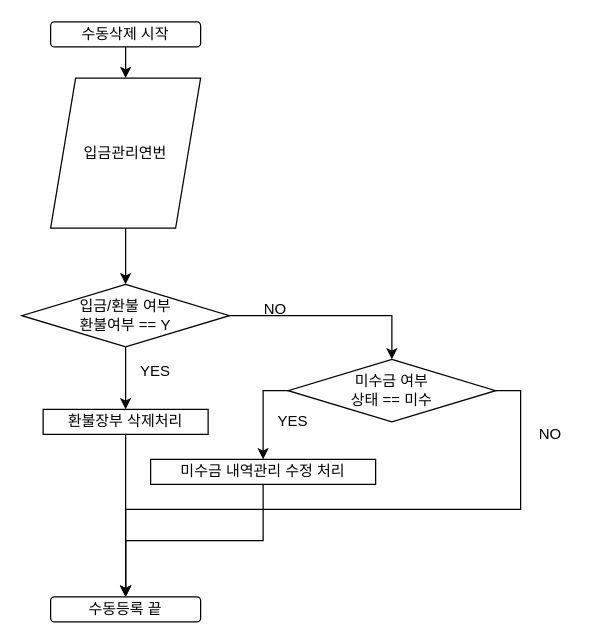
nsnnsn12/TestProject keeps this draw.io diagram as page "입금/환불 수동 삭제" (3 of 5) of 제목 없는 다이어그램.drawio. Above is the earlier version. Source tidied: cells renumbered, new cells numbered last; positions are measured from the earlier drawing's top-left corner, leaving out a move shared by most shapes. Both pictures are drawn from the tidied source at 125%, with x=0, y=0 at pixel (21, 21).
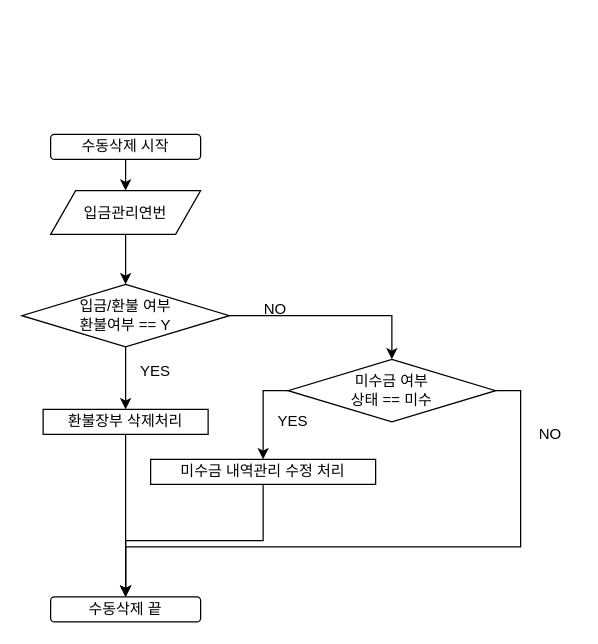
The same diagram, later.

Commit message (it also covers changes not shown here):
제목 없는 다이어그램.drawio 업데이트

The change refers to these unchanged cells:
```xml
<mxCell id="14" value="미수금 여부&lt;br&gt;상태 == 미수" style="rhombus;whiteSpace=wrap;html=1;" parent="1" vertex="1">
  <mxGeometry x="213" y="270" width="166" height="50" as="geometry" />
</mxCell>
```

Diff of the diagram source:
```diff
@@
     <mxCell id="3" value="수동삭제 시작" style="rounded=1;whiteSpace=wrap;html=1;" parent="1" vertex="1">
-      <mxGeometry x="23" width="120" height="20" as="geometry" />
+      <mxGeometry x="23" y="90" width="120" height="20" as="geometry" />
     </mxCell>
-    <mxCell id="4" value="수동등록 끝" style="rounded=1;whiteSpace=wrap;html=1;" parent="1" vertex="1">
+    <mxCell id="4" value="수동삭제 끝" style="rounded=1;whiteSpace=wrap;html=1;" parent="1" vertex="1">
       <mxGeometry x="23" y="460" width="120" height="20" as="geometry" />
     </mxCell>
@@
     <mxCell id="9" value="입금관리연번" style="shape=parallelogram;perimeter=parallelogramPerimeter;whiteSpace=wrap;html=1;fixedSize=1;" parent="1" vertex="1">
-      <mxGeometry x="23" y="45" width="120" height="120" as="geometry" />
+      <mxGeometry x="23" y="135" width="120" height="35" as="geometry" />
     </mxCell>
@@
     <mxCell id="12" style="edgeStyle=orthogonalEdgeStyle;rounded=0;jettySize=auto;html=1;exitX=1;exitY=0.5;exitDx=0;exitDy=0;" parent="1" edge="1" source="14" target="4">
-      <mxGeometry relative="1" as="geometry" />
+      <mxGeometry relative="1" as="geometry">
+        <Array as="points">
+          <mxPoint x="399" y="295" />
+          <mxPoint x="399" y="420" />
+          <mxPoint x="83" y="420" />
+        </Array>
+      </mxGeometry>
     </mxCell>
```
